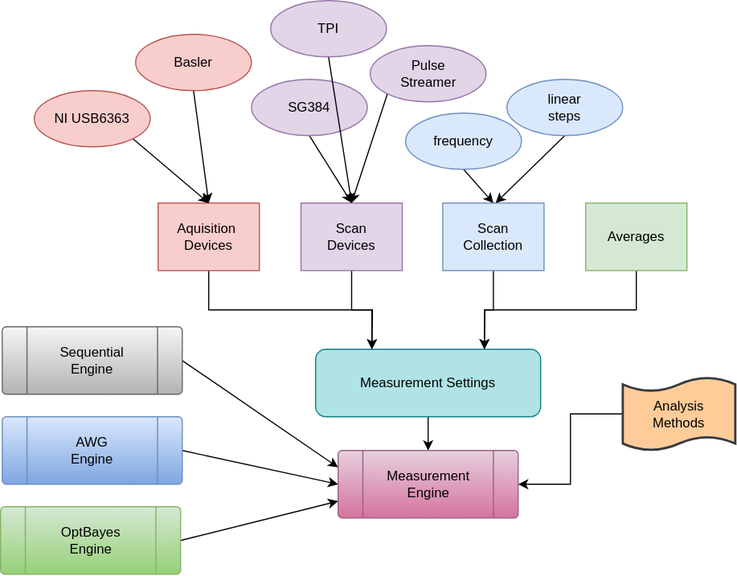
olssonks/baecon keeps this draw.io diagram as Baecon_overview.svg. Above is the earlier version. Source tidied: cells renumbered, new cells last; positions are measured from the earlier drawing's top-left corner, leaving out a move shared by most shapes.
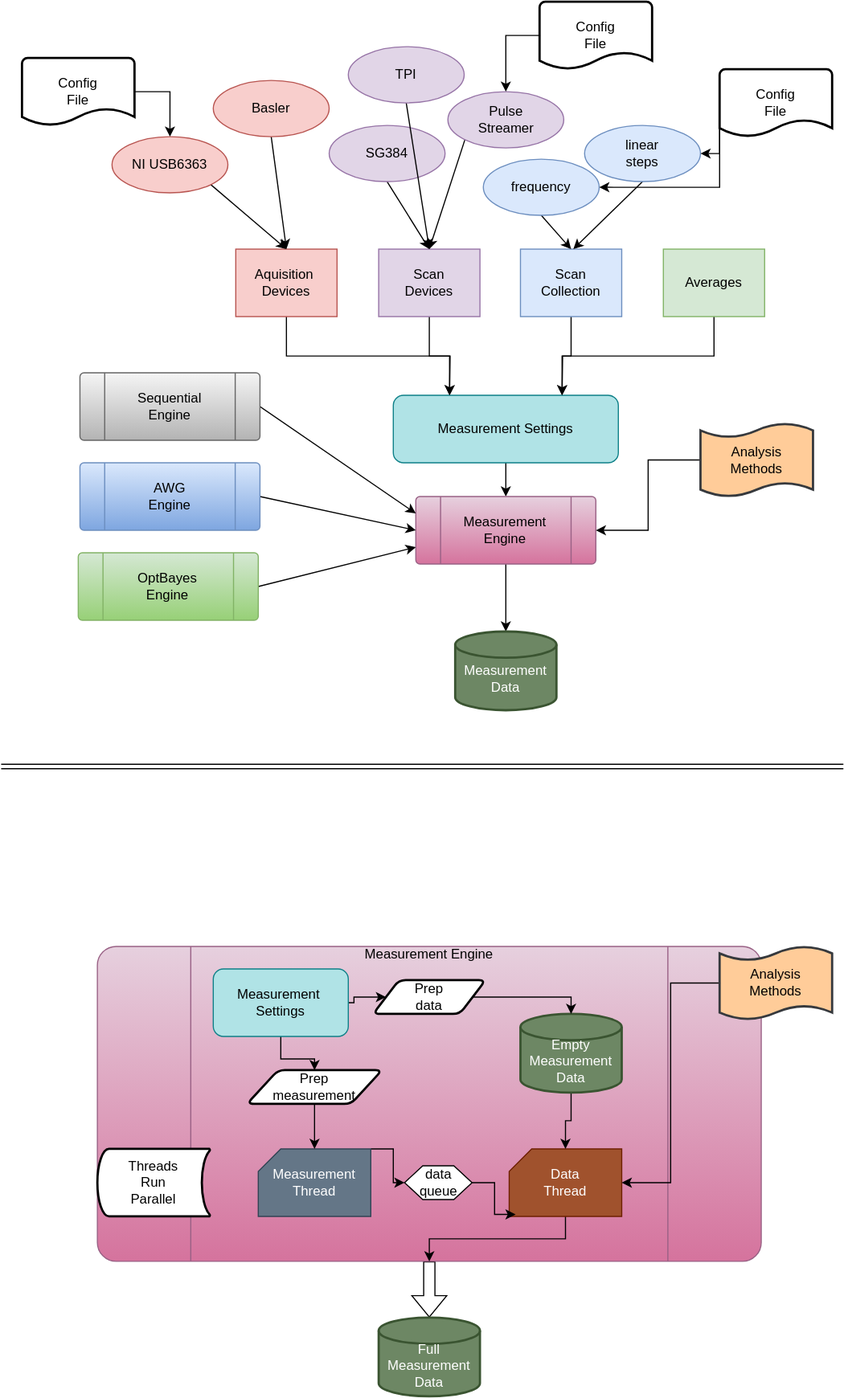
The same diagram one commit later.

The edit, as a diff of the source:
```diff
@@ -80,6 +80,9 @@
     <mxCell id="25" value="&lt;div&gt;linear&lt;/div&gt;&lt;div&gt;steps&lt;br&gt;&lt;/div&gt;" style="ellipse;whiteSpace=wrap;html=1;fillColor=#dae8fc;strokeColor=#6c8ebf;" parent="1" vertex="1">
       <mxGeometry x="450" y="70" width="103" height="50" as="geometry" />
     </mxCell>
+    <mxCell id="35" style="edgeStyle=orthogonalEdgeStyle;rounded=0;jettySize=auto;html=1;exitX=0.5;exitY=1;exitDx=0;exitDy=0;entryX=0.5;entryY=0;entryDx=0;entryDy=0;entryPerimeter=0;" parent="1" edge="1" source="26" target="36">
+      <mxGeometry relative="1" as="geometry" />
+    </mxCell>
     <mxCell id="26" value="&lt;div&gt;Measurement&lt;/div&gt;&lt;div&gt;Engine&lt;br&gt;&lt;/div&gt;" style="verticalLabelPosition=middle;verticalAlign=middle;html=1;shape=process;whiteSpace=wrap;rounded=1;size=0.14;arcSize=6;labelPosition=center;align=center;fillColor=#e6d0de;gradientColor=#d5739d;strokeColor=#996185;" parent="1" vertex="1">
       <mxGeometry x="300" y="400" width="160" height="60" as="geometry" />
     </mxCell>
@@ -107,5 +110,120 @@
     <mxCell id="34" value="&lt;div&gt;Analysis&lt;/div&gt;&lt;div&gt;Methods&lt;br&gt;&lt;/div&gt;" style="shape=tape;whiteSpace=wrap;html=1;strokeWidth=2;size=0.19;fillColor=#ffcc99;strokeColor=#36393d;" parent="1" vertex="1">
       <mxGeometry x="553" y="335" width="100" height="65" as="geometry" />
     </mxCell>
+    <mxCell id="36" value="&lt;div&gt;Measurement&lt;/div&gt;&lt;div&gt;Data&lt;br&gt;&lt;/div&gt;" style="strokeWidth=2;html=1;shape=mxgraph.flowchart.database;whiteSpace=wrap;spacingTop=15;fillColor=#6d8764;fontColor=#ffffff;strokeColor=#3A5431;" parent="1" vertex="1">
+      <mxGeometry x="335" y="520" width="90" height="70" as="geometry" />
+    </mxCell>
+    <mxCell id="37" style="edgeStyle=orthogonalEdgeStyle;rounded=0;jettySize=auto;html=1;exitX=0.5;exitY=1;exitDx=0;exitDy=0;entryX=0.5;entryY=0;entryDx=0;entryDy=0;entryPerimeter=0;shape=flexArrow;" parent="1" edge="1" source="38" target="63">
+      <mxGeometry relative="1" as="geometry" />
+    </mxCell>
+    <mxCell id="38" value="Measurement Engine&#10;" style="verticalLabelPosition=top;verticalAlign=bottom;html=1;shape=process;whiteSpace=wrap;rounded=1;size=0.14;arcSize=6;labelPosition=center;align=center;fillColor=#e6d0de;gradientColor=#d5739d;strokeColor=#996185;spacing=-29;spacingTop=0;" parent="1" vertex="1">
+      <mxGeometry x="17" y="800" width="590" height="280" as="geometry" />
+    </mxCell>
+    <mxCell id="39" style="shape=link;html=1;rounded=0;" parent="1" edge="1">
+      <mxGeometry relative="1" as="geometry">
+        <mxPoint x="-68.5" y="640" as="sourcePoint" />
+        <mxPoint x="680" y="640" as="targetPoint" />
+      </mxGeometry>
+    </mxCell>
+    <mxCell id="40" style="edgeStyle=orthogonalEdgeStyle;rounded=0;jettySize=auto;html=1;exitX=1;exitY=0.5;exitDx=0;exitDy=0;exitPerimeter=0;entryX=0.5;entryY=0;entryDx=0;entryDy=0;" parent="1" edge="1" source="41" target="13">
+      <mxGeometry relative="1" as="geometry" />
+    </mxCell>
+    <mxCell id="41" value="&lt;div&gt;Config&lt;/div&gt;&lt;div&gt;File&lt;br&gt;&lt;/div&gt;" style="strokeWidth=2;html=1;shape=mxgraph.flowchart.document2;whiteSpace=wrap;size=0.25;" parent="1" vertex="1">
+      <mxGeometry x="-50" y="10" width="100" height="60" as="geometry" />
+    </mxCell>
+    <mxCell id="42" style="edgeStyle=orthogonalEdgeStyle;rounded=0;jettySize=auto;html=1;exitX=0;exitY=0.75;exitDx=0;exitDy=0;exitPerimeter=0;entryX=1;entryY=0.5;entryDx=0;entryDy=0;" parent="1" edge="1" source="44" target="25">
+      <mxGeometry relative="1" as="geometry">
+        <Array as="points">
+          <mxPoint x="570" y="95" />
+        </Array>
+      </mxGeometry>
+    </mxCell>
+    <mxCell id="43" style="edgeStyle=orthogonalEdgeStyle;rounded=0;jettySize=auto;html=1;exitX=0;exitY=0.75;exitDx=0;exitDy=0;exitPerimeter=0;entryX=1;entryY=0.5;entryDx=0;entryDy=0;" parent="1" edge="1" source="44" target="23">
+      <mxGeometry relative="1" as="geometry">
+        <Array as="points">
+          <mxPoint x="570" y="125" />
+        </Array>
+      </mxGeometry>
+    </mxCell>
+    <mxCell id="44" value="&lt;div&gt;Config&lt;/div&gt;&lt;div&gt;File&lt;br&gt;&lt;/div&gt;" style="strokeWidth=2;html=1;shape=mxgraph.flowchart.document2;whiteSpace=wrap;size=0.25;" parent="1" vertex="1">
+      <mxGeometry x="570" y="20" width="100" height="60" as="geometry" />
+    </mxCell>
+    <mxCell id="45" style="edgeStyle=orthogonalEdgeStyle;rounded=0;jettySize=auto;html=1;exitX=0;exitY=0.5;exitDx=0;exitDy=0;exitPerimeter=0;entryX=0.5;entryY=0;entryDx=0;entryDy=0;" parent="1" edge="1" source="46" target="21">
+      <mxGeometry relative="1" as="geometry" />
+    </mxCell>
+    <mxCell id="46" value="&lt;div&gt;Config&lt;/div&gt;&lt;div&gt;File&lt;br&gt;&lt;/div&gt;" style="strokeWidth=2;html=1;shape=mxgraph.flowchart.document2;whiteSpace=wrap;size=0.25;" parent="1" vertex="1">
+      <mxGeometry x="410" y="-40" width="100" height="60" as="geometry" />
+    </mxCell>
+    <mxCell id="47" style="edgeStyle=orthogonalEdgeStyle;rounded=0;jettySize=auto;html=1;exitX=1;exitY=0.5;exitDx=0;exitDy=0;entryX=0;entryY=0.5;entryDx=0;entryDy=0;" parent="1" edge="1" source="49" target="60">
+      <mxGeometry relative="1" as="geometry">
+        <Array as="points">
+          <mxPoint x="245" y="850" />
+          <mxPoint x="245" y="845" />
+        </Array>
+      </mxGeometry>
+    </mxCell>
+    <mxCell id="48" style="edgeStyle=orthogonalEdgeStyle;rounded=0;jettySize=auto;html=1;exitX=0.5;exitY=1;exitDx=0;exitDy=0;entryX=0.5;entryY=0;entryDx=0;entryDy=0;" parent="1" edge="1" source="49" target="62">
+      <mxGeometry relative="1" as="geometry" />
+    </mxCell>
+    <mxCell id="49" value="&lt;div&gt;Measurement&amp;nbsp;&lt;/div&gt;&lt;div&gt;Settings&lt;/div&gt;" style="rounded=1;whiteSpace=wrap;html=1;fillColor=#b0e3e6;strokeColor=#0e8088;" parent="1" vertex="1">
+      <mxGeometry x="120" y="820" width="120" height="60" as="geometry" />
+    </mxCell>
+    <mxCell id="50" style="edgeStyle=orthogonalEdgeStyle;rounded=0;jettySize=auto;html=1;exitX=1;exitY=0;exitDx=0;exitDy=0;exitPerimeter=0;entryX=0;entryY=0.5;entryDx=0;entryDy=0;" parent="1" edge="1" source="51" target="58">
+      <mxGeometry relative="1" as="geometry">
+        <Array as="points">
+          <mxPoint x="280" y="980" />
+          <mxPoint x="280" y="1010" />
+        </Array>
+      </mxGeometry>
+    </mxCell>
+    <mxCell id="51" value="&lt;div&gt;Measurement&lt;/div&gt;&lt;div&gt;Thread&lt;br&gt;&lt;/div&gt;" style="verticalLabelPosition=middle;verticalAlign=middle;html=1;shape=card;whiteSpace=wrap;size=20;arcSize=12;labelPosition=center;align=center;fillColor=#647687;fontColor=#ffffff;strokeColor=#314354;" parent="1" vertex="1">
+      <mxGeometry x="160" y="980" width="100" height="60" as="geometry" />
+    </mxCell>
+    <mxCell id="52" style="edgeStyle=orthogonalEdgeStyle;rounded=0;jettySize=auto;html=1;exitX=0.5;exitY=1;exitDx=0;exitDy=0;exitPerimeter=0;entryX=0.5;entryY=1;entryDx=0;entryDy=0;" parent="1" edge="1" source="53" target="38">
+      <mxGeometry relative="1" as="geometry" />
+    </mxCell>
+    <mxCell id="53" value="&lt;div&gt;Data&lt;br&gt;&lt;/div&gt;&lt;div&gt;Thread&lt;br&gt;&lt;/div&gt;" style="verticalLabelPosition=middle;verticalAlign=middle;html=1;shape=card;whiteSpace=wrap;size=20;arcSize=12;labelPosition=center;align=center;fillColor=#a0522d;fontColor=#ffffff;strokeColor=#6D1F00;" parent="1" vertex="1">
+      <mxGeometry x="383" y="980" width="100" height="60" as="geometry" />
+    </mxCell>
+    <mxCell id="54" style="edgeStyle=orthogonalEdgeStyle;rounded=0;jettySize=auto;html=1;exitX=0.5;exitY=1;exitDx=0;exitDy=0;exitPerimeter=0;entryX=0.5;entryY=0;entryDx=0;entryDy=0;entryPerimeter=0;" parent="1" edge="1" source="55" target="53">
+      <mxGeometry relative="1" as="geometry" />
+    </mxCell>
+    <mxCell id="55" value="&lt;div&gt;Empty&lt;br&gt;&lt;/div&gt;&lt;div&gt;Measurement&lt;/div&gt;&lt;div&gt;Data&lt;br&gt;&lt;/div&gt;" style="strokeWidth=2;html=1;shape=mxgraph.flowchart.database;whiteSpace=wrap;spacingTop=15;fillColor=#6d8764;fontColor=#ffffff;strokeColor=#3A5431;" parent="1" vertex="1">
+      <mxGeometry x="393" y="860" width="90" height="70" as="geometry" />
+    </mxCell>
+    <mxCell id="56" value="&lt;div&gt;Threads&lt;/div&gt;&lt;div&gt;Run&lt;/div&gt;&lt;div&gt;Parallel&lt;br&gt;&lt;/div&gt;" style="strokeWidth=2;html=1;shape=mxgraph.flowchart.stored_data;whiteSpace=wrap;" parent="1" vertex="1">
+      <mxGeometry x="17" y="980" width="100" height="60" as="geometry" />
+    </mxCell>
+    <mxCell id="57" style="edgeStyle=orthogonalEdgeStyle;rounded=0;jettySize=auto;html=1;exitX=1;exitY=0.5;exitDx=0;exitDy=0;entryX=0.057;entryY=0.972;entryDx=0;entryDy=0;entryPerimeter=0;" parent="1" edge="1" source="58" target="53">
+      <mxGeometry relative="1" as="geometry" />
+    </mxCell>
+    <mxCell id="58" value="&lt;div&gt;data&lt;/div&gt;&lt;div&gt;queue&lt;/div&gt;" style="verticalLabelPosition=middle;verticalAlign=middle;html=1;shape=hexagon;perimeter=hexagonPerimeter2;arcSize=6;size=0.27;labelPosition=center;align=center;" parent="1" vertex="1">
+      <mxGeometry x="290" y="995" width="60" height="30" as="geometry" />
+    </mxCell>
+    <mxCell id="59" style="edgeStyle=orthogonalEdgeStyle;rounded=0;jettySize=auto;html=1;exitX=1;exitY=0.5;exitDx=0;exitDy=0;entryX=0.5;entryY=0;entryDx=0;entryDy=0;entryPerimeter=0;" parent="1" edge="1" source="60" target="55">
+      <mxGeometry relative="1" as="geometry">
+        <Array as="points">
+          <mxPoint x="438" y="845" />
+        </Array>
+      </mxGeometry>
+    </mxCell>
+    <mxCell id="60" value="&lt;div&gt;Prep&lt;/div&gt;&lt;div&gt;data&lt;br&gt;&lt;/div&gt;" style="shape=parallelogram;html=1;strokeWidth=2;perimeter=parallelogramPerimeter;whiteSpace=wrap;rounded=1;arcSize=12;size=0.23;" parent="1" vertex="1">
+      <mxGeometry x="262" y="830" width="100" height="30" as="geometry" />
+    </mxCell>
+    <mxCell id="61" style="edgeStyle=orthogonalEdgeStyle;rounded=0;jettySize=auto;html=1;exitX=0.5;exitY=1;exitDx=0;exitDy=0;entryX=0.5;entryY=0;entryDx=0;entryDy=0;entryPerimeter=0;" parent="1" edge="1" source="62" target="51">
+      <mxGeometry relative="1" as="geometry" />
+    </mxCell>
+    <mxCell id="62" value="&lt;div&gt;Prep&lt;/div&gt;&lt;div&gt;measurement&lt;br&gt;&lt;/div&gt;" style="shape=parallelogram;html=1;strokeWidth=2;perimeter=parallelogramPerimeter;whiteSpace=wrap;rounded=1;arcSize=12;size=0.23;" parent="1" vertex="1">
+      <mxGeometry x="150" y="910" width="120" height="30" as="geometry" />
+    </mxCell>
+    <mxCell id="63" value="&lt;div&gt;Full&lt;br&gt;&lt;/div&gt;&lt;div&gt;Measurement&lt;/div&gt;&lt;div&gt;Data&lt;br&gt;&lt;/div&gt;" style="strokeWidth=2;html=1;shape=mxgraph.flowchart.database;whiteSpace=wrap;spacingTop=15;fillColor=#6d8764;fontColor=#ffffff;strokeColor=#3A5431;" parent="1" vertex="1">
+      <mxGeometry x="267" y="1130" width="90" height="70" as="geometry" />
+    </mxCell>
+    <mxCell id="64" style="edgeStyle=orthogonalEdgeStyle;rounded=0;jettySize=auto;html=1;exitX=0;exitY=0.5;exitDx=0;exitDy=0;exitPerimeter=0;entryX=1;entryY=0.5;entryDx=0;entryDy=0;entryPerimeter=0;" parent="1" edge="1" source="65" target="53">
+      <mxGeometry relative="1" as="geometry" />
+    </mxCell>
+    <mxCell id="65" value="&lt;div&gt;Analysis&lt;/div&gt;&lt;div&gt;Methods&lt;br&gt;&lt;/div&gt;" style="shape=tape;whiteSpace=wrap;html=1;strokeWidth=2;size=0.19;fillColor=#ffcc99;strokeColor=#36393d;" parent="1" vertex="1">
+      <mxGeometry x="570" y="800" width="100" height="65" as="geometry" />
+    </mxCell>
   </root>
 </mxGraphModel>
```
